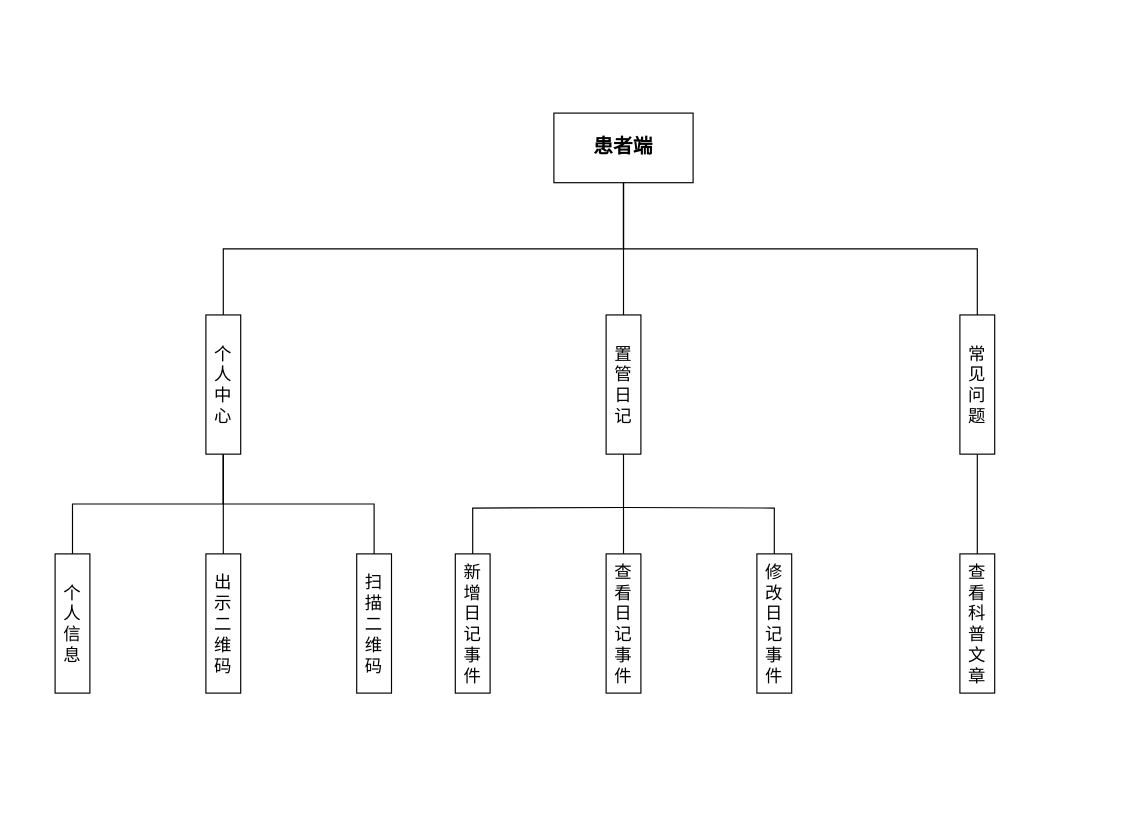
Above: 功能图1.drawio in ssssszj/Drawio (draw.io), before the change. Source tidied: cells renumbered, new cells numbered last; positions are measured from the earlier drawing's top-left corner, leaving out a move shared by most shapes. Both pictures are drawn from the tidied source at 116%, with x=0, y=0 at pixel (20, 20).
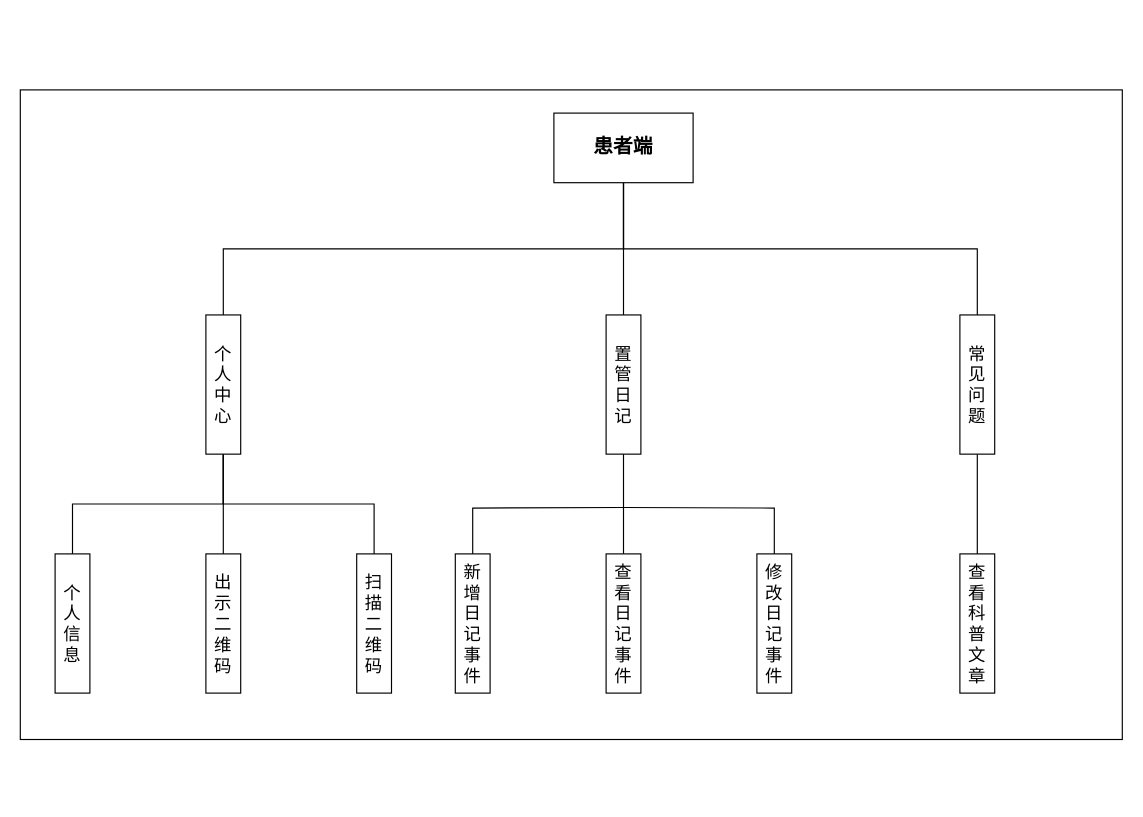
After the change.

Commit message:
更新功能图1.drawio

The edit, as a diff of the source:
```diff
@@
-    <mxCell id="2" style="rounded=0;whiteSpace=wrap;html=1;strokeColor=none;" parent="1" vertex="1">
-      <mxGeometry width="950" height="670" as="geometry" />
+    <mxCell id="2" style="rounded=0;whiteSpace=wrap;html=1;strokeColor=default;" parent="1" vertex="1">
+      <mxGeometry y="60" width="950" height="560" as="geometry" />
     </mxCell>
```
